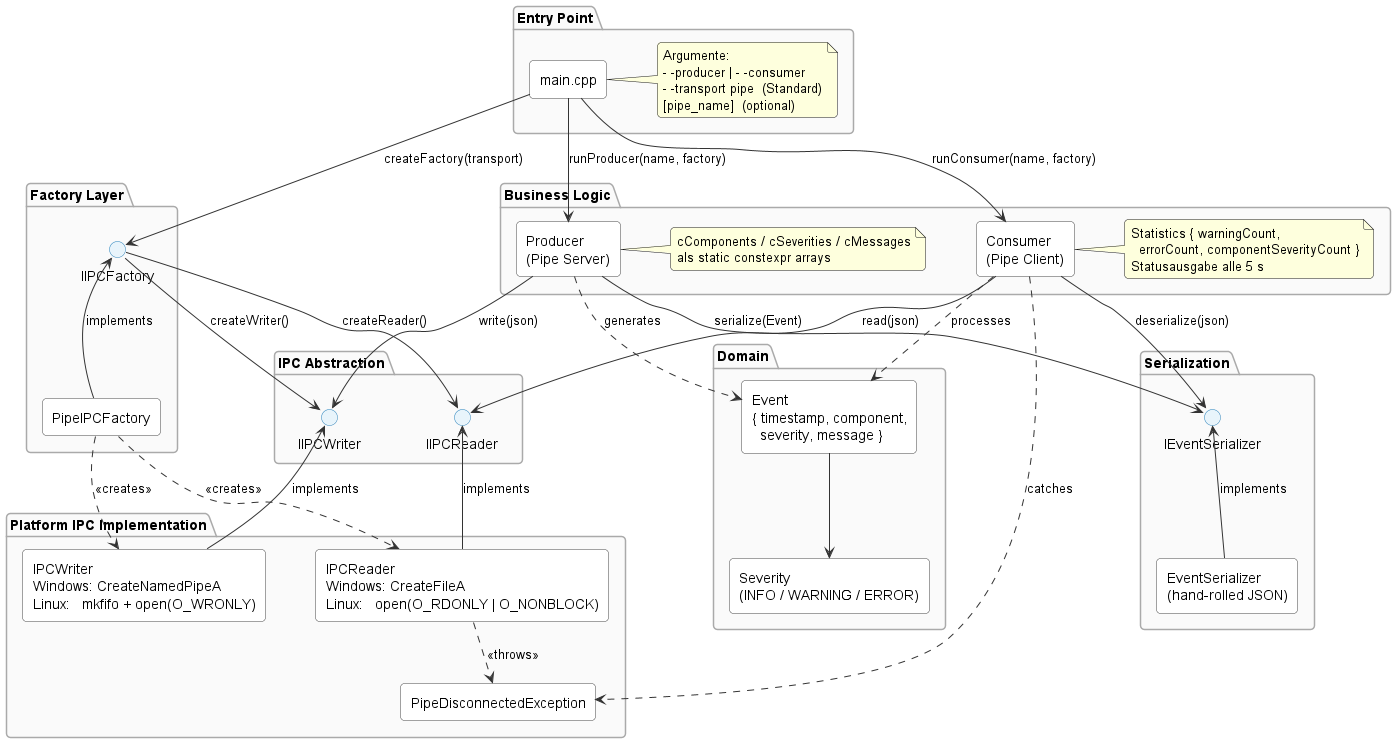
Above: doc/uml/component_diagram/component_diagram.png in JonasDressner/event_system (PlantUML), before the change.
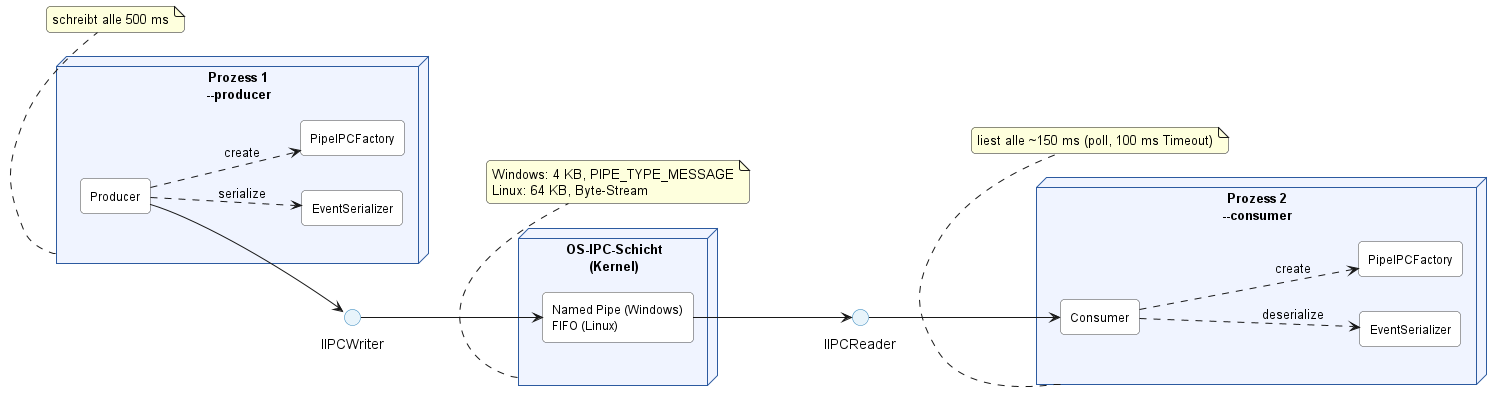
The same diagram one commit later.

Change to the diagram source:
```diff
@@ -1,103 +1,61 @@
 @startuml component_diagram
 
-top to bottom direction
-skinparam componentStyle rectangle
+left to right direction
 skinparam shadowing false
 skinparam roundcorner 8
+skinparam componentStyle rectangle
 
+skinparam node {
+    BackgroundColor #f0f4ff
+    BorderColor #2c5aa0
+    FontStyle bold
+    FontSize 13
+}
 skinparam component {
     BackgroundColor white
     BorderColor #444444
-    ArrowColor #333333
-}
-skinparam package {
-    BackgroundColor #fafafa
-    BorderColor #aaaaaa
-    FontStyle bold
+    FontSize 12
 }
 skinparam interface {
     BackgroundColor #e8f4fb
     BorderColor #2980b9
 }
-skinparam nodesep 50
-skinparam ranksep 40
+skinparam nodesep 35
+skinparam ranksep 65
 
-package "Entry Point" {
-    component "main.cpp" as Main
-    note right of Main
-        Argumente:
-        - -producer | - -consumer
-        - -transport pipe  (Standard)
-        [pipe_name]  (optional)
-    end note
+interface "IIPCWriter" as IW
+interface "IIPCReader" as IR
+
+node "Prozess 1\n--producer" as P1 {
+    component "Producer" as Prod
+    component "EventSerializer" as Ser1
+    component "PipeIPCFactory" as Fac1
+    Prod ..> Ser1 : serialize
+    Prod ..> Fac1 : create
 }
 
-package "Factory Layer" {
-    interface "IIPCFactory" as IFactory
-    component "PipeIPCFactory" as PipeFactory
-    PipeFactory -up-> IFactory : implements
+node "OS-IPC-Schicht\n(Kernel)" as IPC {
+    component "Named Pipe (Windows)\nFIFO (Linux)" as Pipe
 }
 
-package "Business Logic" {
-    component "Producer\n(Pipe Server)" as Producer
-    component "Consumer\n(Pipe Client)" as Consumer
-
-    note right of Producer
-        cComponents / cSeverities / cMessages
-        als static constexpr arrays
-    end note
-
-    note right of Consumer
-        Statistics { warningCount,
-          errorCount, componentSeverityCount }
-        Statusausgabe alle 5 s
-    end note
+node "Prozess 2\n--consumer" as P2 {
+    component "Consumer" as Cons
+    component "EventSerializer" as Ser2
+    component "PipeIPCFactory" as Fac2
+    Cons ..> Ser2 : deserialize
+    Cons ..> Fac2 : create
 }
 
-package "IPC Abstraction" {
-    interface "IIPCWriter" as IWriter
-    interface "IIPCReader" as IReader
-}
+Prod --> IW
+IW   --> Pipe
+Pipe --> IR
+IR   --> Cons
 
-package "Serialization" {
-    interface "IEventSerializer" as ISerializer
-    component "EventSerializer\n(hand-rolled JSON)" as Serializer
-    Serializer -up-> ISerializer : implements
-}
-
-package "Domain" {
-    component "Event\n{ timestamp, component,\n  severity, message }" as EventModel
-    component "Severity\n(INFO / WARNING / ERROR)" as Severity
-    EventModel --> Severity
-}
-
-package "Platform IPC Implementation" {
-    component "IPCWriter\nWindows: CreateNamedPipeA\nLinux:   mkfifo + open(O_WRONLY)" as IPCWriter
-    component "IPCReader\nWindows: CreateFileA\nLinux:   open(O_RDONLY | O_NONBLOCK)" as IPCReader
-    component "PipeDisconnectedException" as PipeEx
-
-    IPCWriter -up-> IWriter : implements
-    IPCReader -up-> IReader : implements
-    IPCReader ..> PipeEx    : <<throws>>
-}
-
-
-Main     -down-> IFactory       : createFactory(transport)
-Main     -down-> Producer       : runProducer(name, factory)
-Main     -down-> Consumer       : runConsumer(name, factory)
-
-IFactory -down-> IWriter        : createWriter()
-IFactory -down-> IReader        : createReader()
-PipeFactory ..> IPCWriter       : <<creates>>
-PipeFactory ..> IPCReader       : <<creates>>
-
-Producer -down-> IWriter        : write(json)
-Producer -down-> ISerializer    : serialize(Event)
-Producer ..> EventModel         : generates
-
-Consumer -down-> IReader        : read(json)
-Consumer -down-> ISerializer    : deserialize(json)
-Consumer ..> EventModel         : processes
-Consumer ..> PipeEx             : catches
+note bottom of P1 : schreibt alle 500 ms
+note bottom of IPC
+    Windows: 4 KB, PIPE_TYPE_MESSAGE
+    Linux: 64 KB, Byte-Stream
+end note
+note bottom of P2 : liest alle ~150 ms (poll, 100 ms Timeout)
 
 @enduml
```
